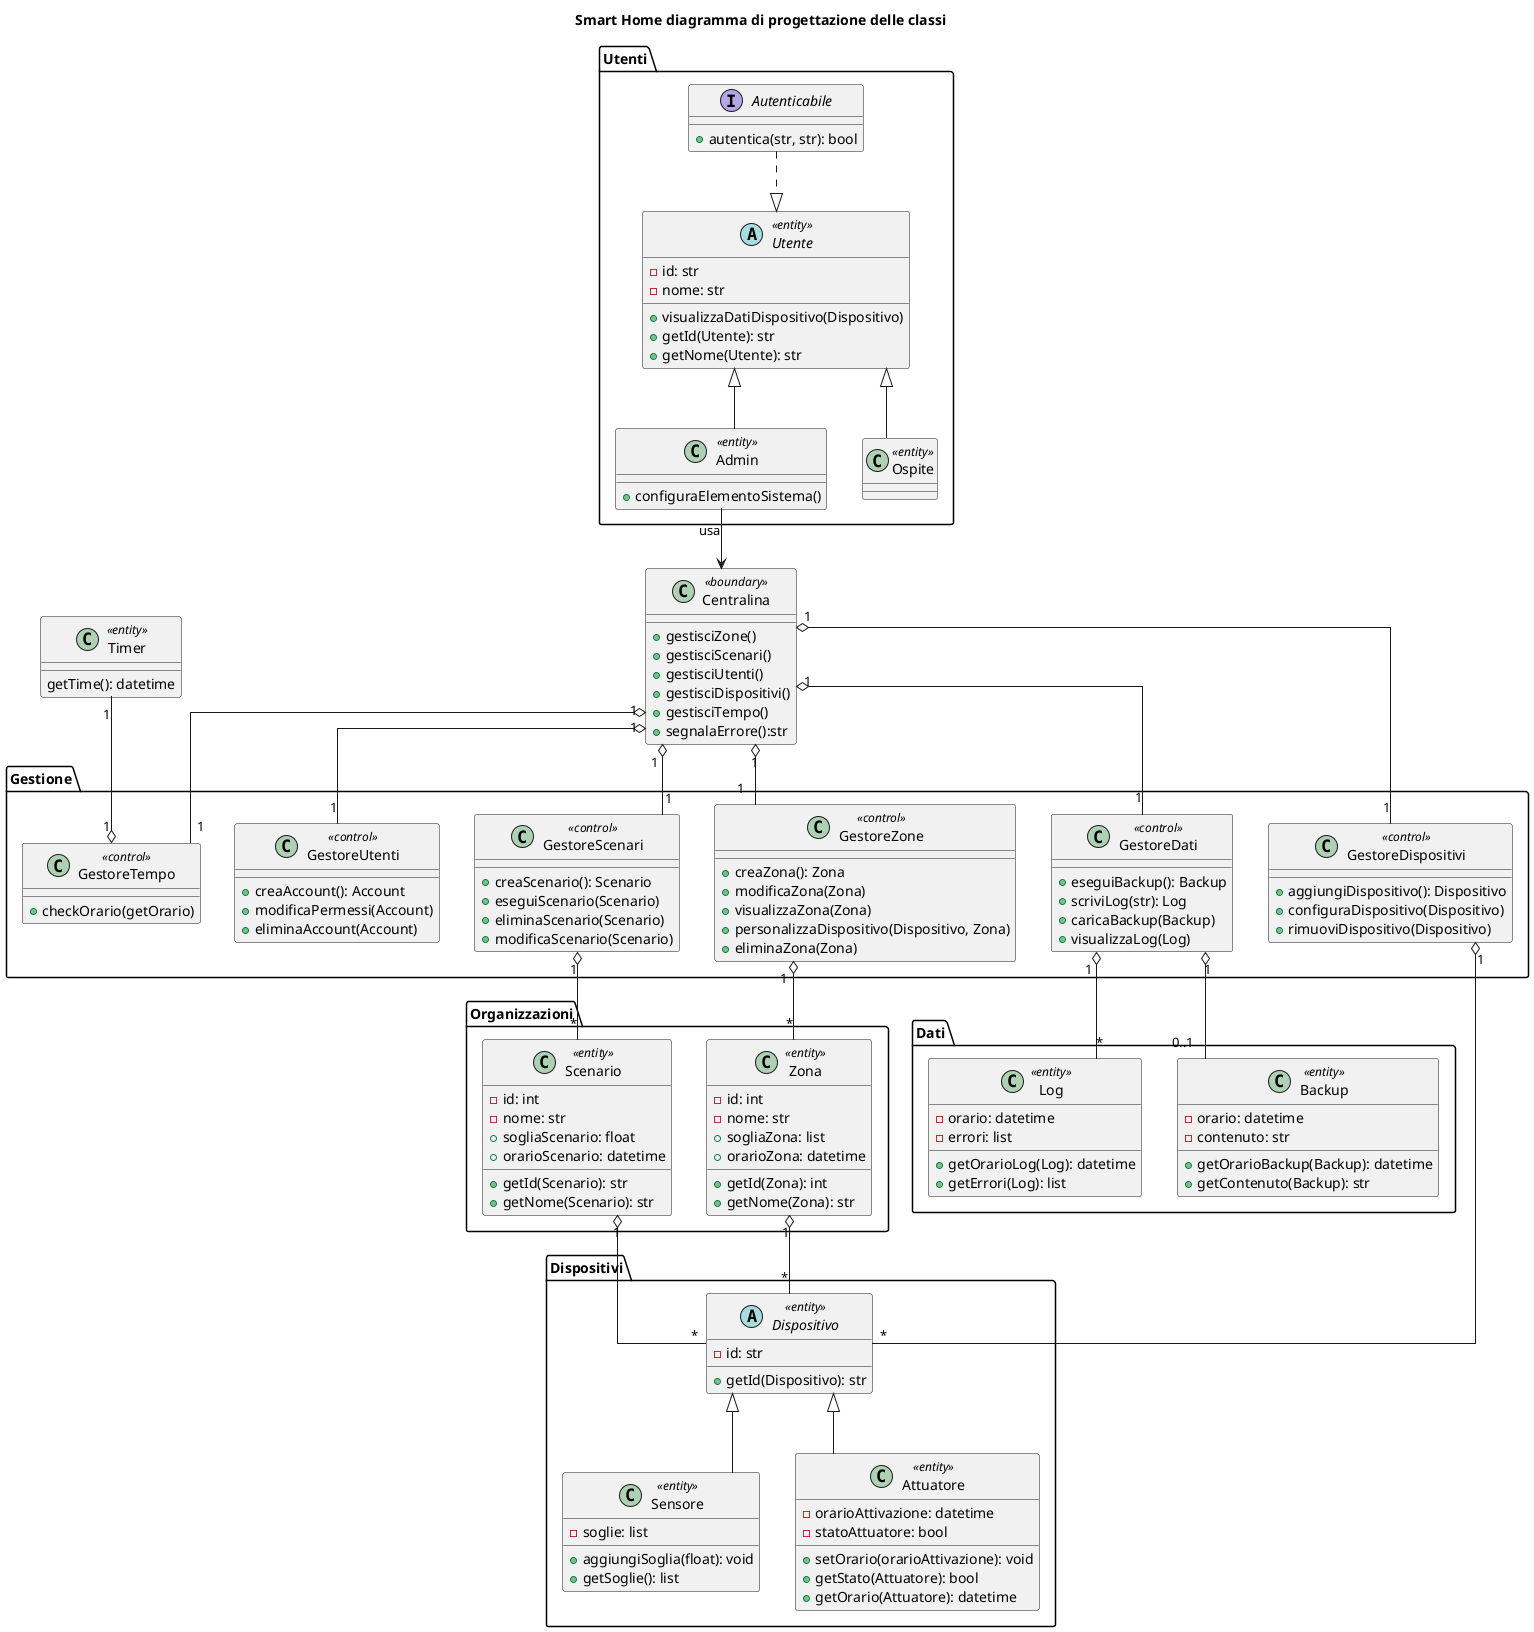
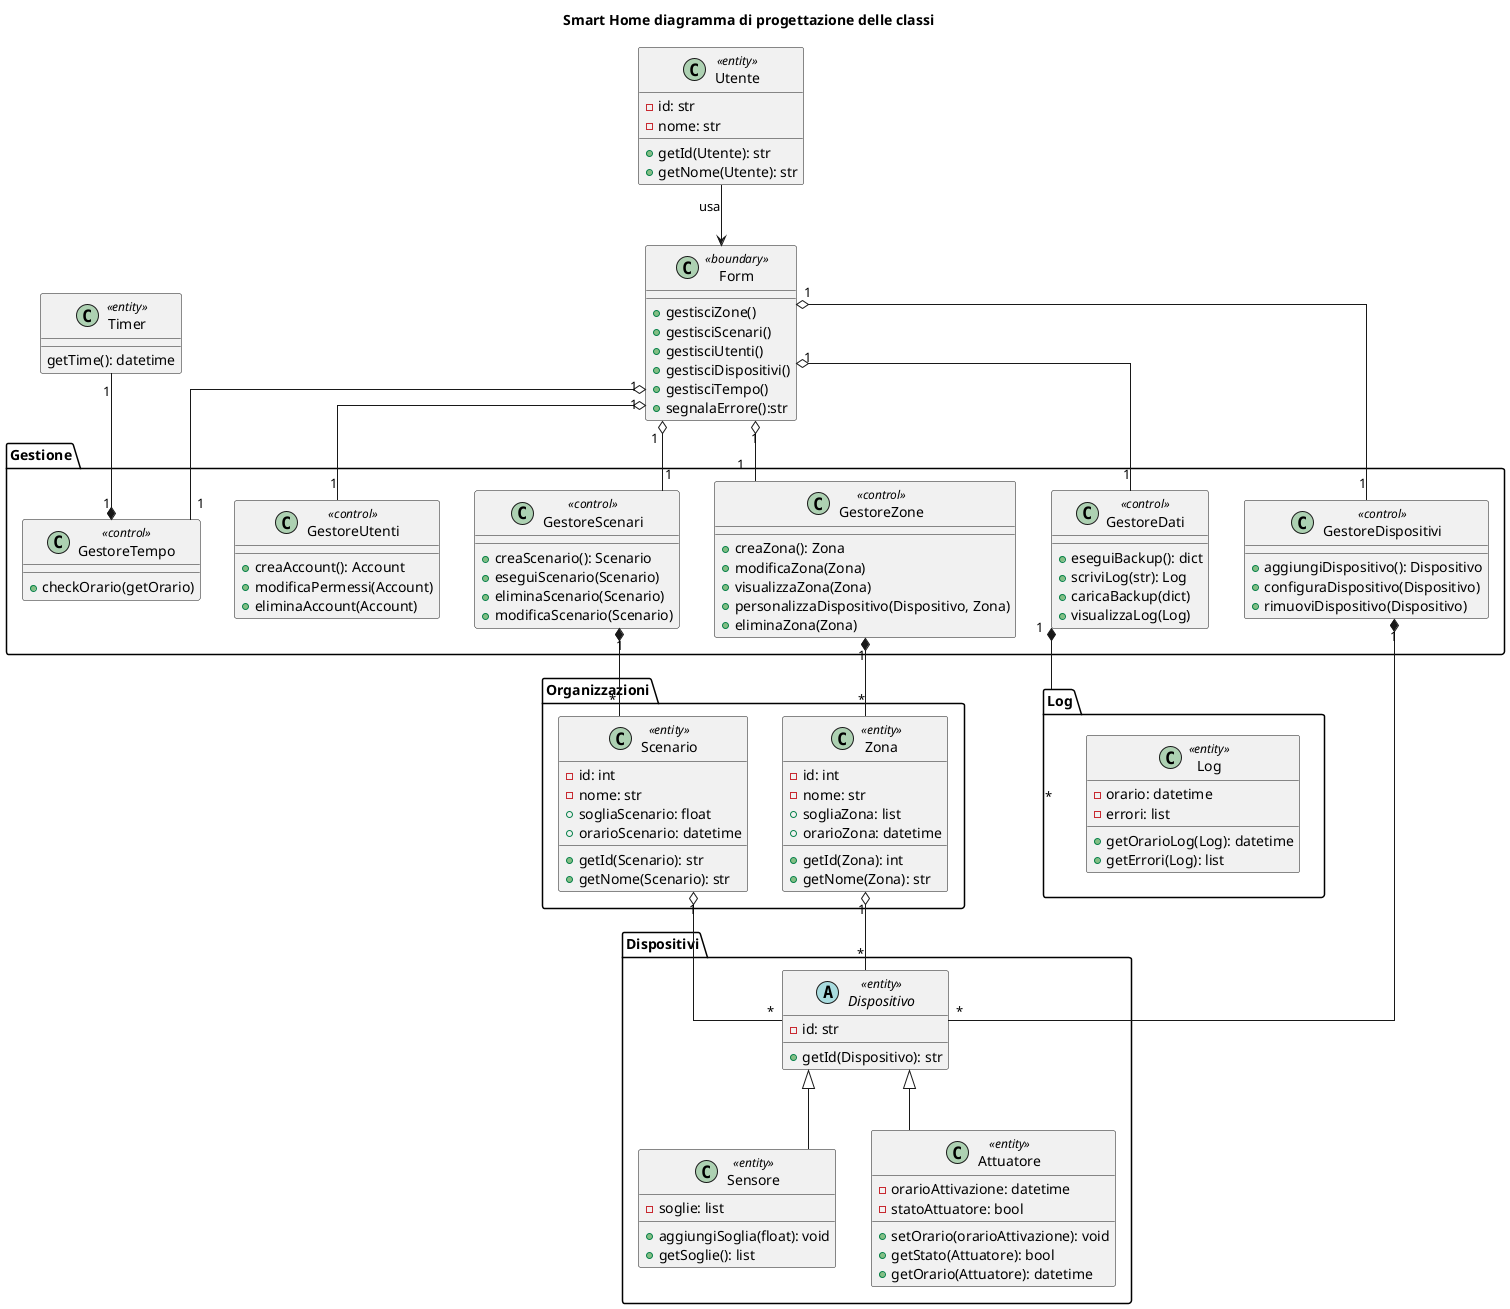
@startuml digrammacprogettazione
title Smart Home diagramma di progettazione delle classi
skinparam linetype ortho

package "Organizzazioni" {
    class Zona <<entity>> {
        - id: int
        - nome: str
        + sogliaZona: list
        + orarioZona: datetime
        + getId(Zona): int
        + getNome(Zona): str
    }
    class Scenario <<entity>> {
        - id: int
        - nome: str
        + sogliaScenario: float
        + orarioScenario: datetime
        + getId(Scenario): str
        + getNome(Scenario): str
    }
}

- package "Dati"{
-     class Backup <<entity>> {
-         - orario: datetime
-         - contenuto: str
-         + getOrarioBackup(Backup): datetime
-         + getContenuto(Backup): str
+ package "Log"{

-     }
    class Log <<entity>> {
        - orario: datetime
        - errori: list

        +getOrarioLog(Log): datetime
        + getErrori(Log): list
    }
}

package "Dispositivi" {
    abstract class Dispositivo <<entity>> {
        - id: str
        + getId(Dispositivo): str
    }
    class Sensore <<entity>> extends Dispositivo {
        - soglie: list
        + aggiungiSoglia(float): void
        + getSoglie(): list
    }
    class Attuatore <<entity>> extends Dispositivo {
        - orarioAttivazione: datetime
        - statoAttuatore: bool
        + setOrario(orarioAttivazione): void
        + getStato(Attuatore): bool
        + getOrario(Attuatore): datetime
    }

}

package "Gestione" {
    class GestoreZone <<control>> {
        + creaZona(): Zona
        + modificaZona(Zona)
        + visualizzaZona(Zona)
        + personalizzaDispositivo(Dispositivo, Zona)
        + eliminaZona(Zona)
    }
    class GestoreScenari <<control>>  {
        + creaScenario(): Scenario
        + eseguiScenario(Scenario)
        + eliminaScenario(Scenario)
        + modificaScenario(Scenario)
    }
    class GestoreDati <<control>>  {
-         + eseguiBackup(): Backup
+         + eseguiBackup(): dict
        + scriviLog(str): Log
-         + caricaBackup(Backup)
+         + caricaBackup(dict)
        + visualizzaLog(Log)
    }
    class GestoreUtenti <<control>> {
        + creaAccount(): Account
        + modificaPermessi(Account)
        + eliminaAccount(Account)
    }
    class GestoreDispositivi <<control>>  {
        + aggiungiDispositivo(): Dispositivo
        + configuraDispositivo(Dispositivo)
        + rimuoviDispositivo(Dispositivo)
    }
    class GestoreTempo <<control>>{
        + checkOrario(getOrario)
    }
}

class Timer <<entity>>{
    getTime(): datetime
}

- package "Utenti" {
-     abstract class Utente <<entity>> {
+     class Utente <<entity>> {
    -id: str
    -nome: str
-     + visualizzaDatiDispositivo(Dispositivo)
    + getId(Utente): str
    + getNome(Utente): str
    }
-     class Admin <<entity>> extends Utente {
-         + configuraElementoSistema()
-     }
-     class Ospite <<entity>> extends Utente

-     interface Autenticabile {
-         + autentica(str, str): bool
-     }
- }

- class Centralina <<boundary>> {
+ 
+ class Form <<boundary>> {
    + gestisciZone()
    + gestisciScenari()
    + gestisciUtenti()
    + gestisciDispositivi()
    + gestisciTempo()
    + segnalaErrore():str
}



- Admin --> Centralina : usa
+ Utente --> Form : usa

- Centralina "1" o-down- "1" GestoreZone
- Centralina "1" o-down- "1" GestoreScenari
- Centralina "1" o-down- "1" GestoreUtenti
- Centralina "1" o-down- "1" GestoreDispositivi
- Centralina "1" o-down- "1" GestoreDati
+ Form "1" o-down- "1" GestoreZone
+ Form "1" o-down- "1" GestoreScenari
+ Form "1" o-down- "1" GestoreUtenti
+ Form "1" o-down- "1" GestoreDispositivi
+ Form "1" o-down- "1" GestoreDati

- GestoreZone "1" o-- "*" Zona
- GestoreScenari "1" o-- "*" Scenario
- GestoreDispositivi "1" o-- "*" Dispositivo
- GestoreDati "1" o-- "0..1" Backup
- GestoreDati "1" o-- "*" Log
+ GestoreZone "1" *-- "*" Zona
+ GestoreScenari "1" *-- "*" Scenario
+ GestoreDispositivi "1" *-- "*" Dispositivo
+ GestoreDati "1" *-- "*" Log

Zona "1" o-- "*" Dispositivo
Scenario "1" o-- "*" Dispositivo
- Autenticabile ..|> Utente

- Timer "1" --o "1" GestoreTempo
- Centralina "1" o-- "1" GestoreTempo
+ Timer "1" --* "1" GestoreTempo
+ Form "1" o-- "1" GestoreTempo


- @endum
+ @enduml